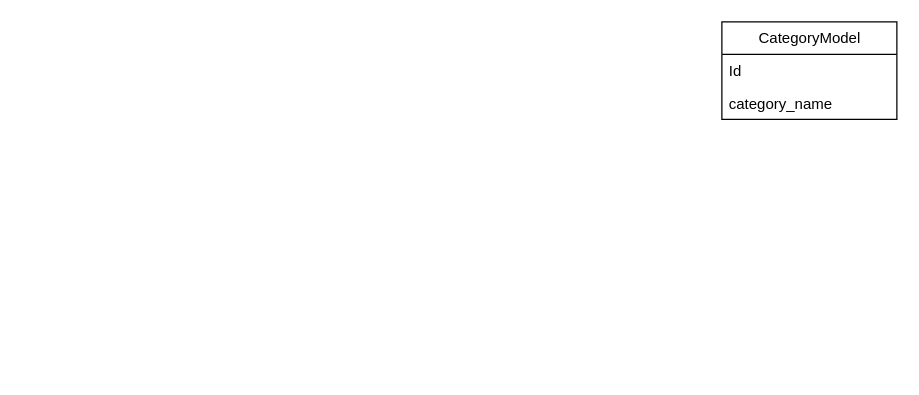
Before: database_diagram.drawio in cavidanbagiri/jwt_login_logout, a draw.io diagram. Source tidied: cells renumbered, new cells numbered last; positions are measured from the earlier drawing's top-left corner, leaving out a move shared by most shapes. Both pictures are drawn from the tidied source at 125%, with x=0, y=0 at pixel (721, 21).
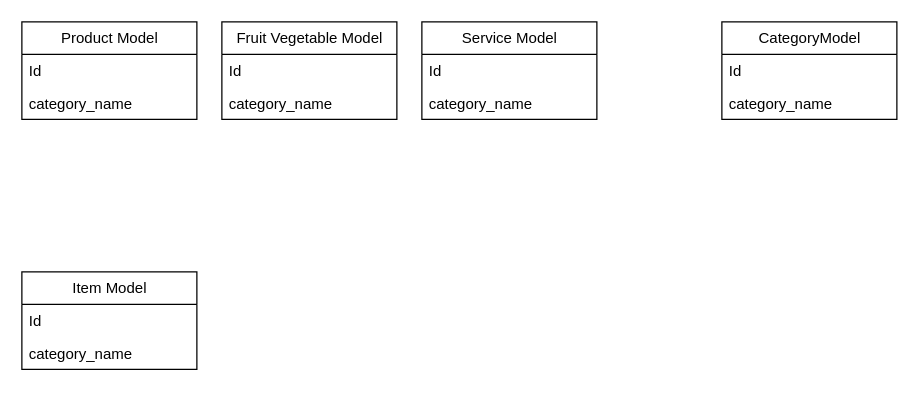
The same diagram, later.

Change to the diagram source:
```diff
@@
 <mxGraphModel>
   <root>
     <mxCell id="0" />
     <mxCell id="1" parent="0" />
     <mxCell id="2" value="CategoryModel" style="swimlane;fontStyle=0;horizontal=1;startSize=26;fillColor=none;html=1;" parent="1" vertex="1">
       <mxGeometry width="140" height="78" as="geometry" />
     </mxCell>
     <mxCell id="3" value="Id" style="text;strokeColor=none;fillColor=none;align=left;verticalAlign=top;spacingLeft=4;spacingRight=4;overflow=hidden;whiteSpace=wrap;html=1;" parent="2" vertex="1">
       <mxGeometry y="26" width="140" height="26" as="geometry" />
     </mxCell>
     <mxCell id="4" value="category_name" style="text;strokeColor=none;fillColor=none;align=left;verticalAlign=top;spacingLeft=4;spacingRight=4;overflow=hidden;whiteSpace=wrap;html=1;" parent="2" vertex="1">
       <mxGeometry y="52" width="140" height="26" as="geometry" />
     </mxCell>
+    <mxCell id="5" value="Product Model" style="swimlane;fontStyle=0;horizontal=1;startSize=26;fillColor=none;html=1;" parent="1" vertex="1">
+      <mxGeometry x="-560" width="140" height="78" as="geometry" />
+    </mxCell>
+    <mxCell id="6" value="Id" style="text;strokeColor=none;fillColor=none;align=left;verticalAlign=top;spacingLeft=4;spacingRight=4;overflow=hidden;whiteSpace=wrap;html=1;" parent="5" vertex="1">
+      <mxGeometry y="26" width="140" height="26" as="geometry" />
+    </mxCell>
+    <mxCell id="7" value="category_name" style="text;strokeColor=none;fillColor=none;align=left;verticalAlign=top;spacingLeft=4;spacingRight=4;overflow=hidden;whiteSpace=wrap;html=1;" parent="5" vertex="1">
+      <mxGeometry y="52" width="140" height="26" as="geometry" />
+    </mxCell>
+    <mxCell id="8" value="Fruit Vegetable Model" style="swimlane;fontStyle=0;horizontal=1;startSize=26;fillColor=none;html=1;" parent="1" vertex="1">
+      <mxGeometry x="-400" width="140" height="78" as="geometry" />
+    </mxCell>
+    <mxCell id="9" value="Id" style="text;strokeColor=none;fillColor=none;align=left;verticalAlign=top;spacingLeft=4;spacingRight=4;overflow=hidden;whiteSpace=wrap;html=1;" parent="8" vertex="1">
+      <mxGeometry y="26" width="140" height="26" as="geometry" />
+    </mxCell>
+    <mxCell id="10" value="category_name" style="text;strokeColor=none;fillColor=none;align=left;verticalAlign=top;spacingLeft=4;spacingRight=4;overflow=hidden;whiteSpace=wrap;html=1;" parent="8" vertex="1">
+      <mxGeometry y="52" width="140" height="26" as="geometry" />
+    </mxCell>
+    <mxCell id="11" value="Service Model" style="swimlane;fontStyle=0;horizontal=1;startSize=26;fillColor=none;html=1;" parent="1" vertex="1">
+      <mxGeometry x="-240" width="140" height="78" as="geometry" />
+    </mxCell>
+    <mxCell id="12" value="Id" style="text;strokeColor=none;fillColor=none;align=left;verticalAlign=top;spacingLeft=4;spacingRight=4;overflow=hidden;whiteSpace=wrap;html=1;" parent="11" vertex="1">
+      <mxGeometry y="26" width="140" height="26" as="geometry" />
+    </mxCell>
+    <mxCell id="13" value="category_name" style="text;strokeColor=none;fillColor=none;align=left;verticalAlign=top;spacingLeft=4;spacingRight=4;overflow=hidden;whiteSpace=wrap;html=1;" parent="11" vertex="1">
+      <mxGeometry y="52" width="140" height="26" as="geometry" />
+    </mxCell>
+    <mxCell id="14" value="Item Model" style="swimlane;fontStyle=0;horizontal=1;startSize=26;fillColor=none;html=1;" parent="1" vertex="1">
+      <mxGeometry x="-560" y="200" width="140" height="78" as="geometry" />
+    </mxCell>
+    <mxCell id="15" value="Id" style="text;strokeColor=none;fillColor=none;align=left;verticalAlign=top;spacingLeft=4;spacingRight=4;overflow=hidden;whiteSpace=wrap;html=1;" parent="14" vertex="1">
+      <mxGeometry y="26" width="140" height="26" as="geometry" />
+    </mxCell>
+    <mxCell id="16" value="category_name" style="text;strokeColor=none;fillColor=none;align=left;verticalAlign=top;spacingLeft=4;spacingRight=4;overflow=hidden;whiteSpace=wrap;html=1;" parent="14" vertex="1">
+      <mxGeometry y="52" width="140" height="26" as="geometry" />
+    </mxCell>
   </root>
 </mxGraphModel>
```
